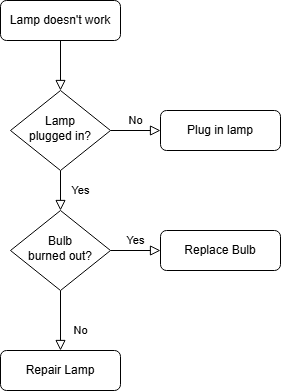
This is booth multiplication implementation.drawio.png from anamboijohn/Computer-Architecture, a draw.io export, as it was before one commit. Source tidied: cells renumbered, new cells last; positions are measured from the earlier drawing's top-left corner, leaving out a move shared by most shapes.
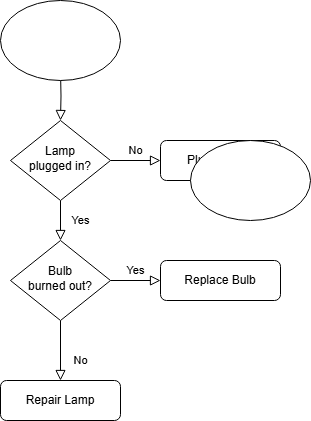
After the commit.

Change to the diagram source:
```diff
@@ -2,12 +2,11 @@
   <root>
     <mxCell id="0" />
     <mxCell id="1" parent="0" />
-    <mxCell id="2" style="rounded=0;html=1;jettySize=auto;fontSize=11;endArrow=block;endFill=0;endSize=8;strokeWidth=1;shadow=0;labelBackgroundColor=none;edgeStyle=orthogonalEdgeStyle;" parent="1" edge="1" source="3" target="6">
-      <mxGeometry relative="1" as="geometry" />
+    <mxCell id="2" style="rounded=0;html=1;jettySize=auto;fontSize=11;endArrow=block;endFill=0;endSize=8;strokeWidth=1;shadow=0;labelBackgroundColor=none;edgeStyle=orthogonalEdgeStyle;" parent="1" edge="1" target="6">
+      <mxGeometry relative="1" as="geometry">
+        <mxPoint x="60" y="40" as="sourcePoint" />
+      </mxGeometry>
     </mxCell>
-    <mxCell id="3" value="Lamp doesn't work" style="rounded=1;whiteSpace=wrap;html=1;fontSize=12;glass=0;strokeWidth=1;shadow=0;" parent="1" vertex="1">
-      <mxGeometry width="120" height="40" as="geometry" />
-    </mxCell>
     <mxCell id="4" value="Yes" style="rounded=0;html=1;jettySize=auto;fontSize=11;endArrow=block;endFill=0;endSize=8;strokeWidth=1;shadow=0;labelBackgroundColor=none;edgeStyle=orthogonalEdgeStyle;" parent="1" edge="1" source="6" target="10">
       <mxGeometry y="20" relative="1" as="geometry" />
     </mxCell>
@@ -35,5 +34,11 @@
     <mxCell id="12" value="Replace Bulb" style="rounded=1;whiteSpace=wrap;html=1;fontSize=12;glass=0;strokeWidth=1;shadow=0;" parent="1" vertex="1">
       <mxGeometry x="160" y="230" width="120" height="40" as="geometry" />
     </mxCell>
+    <mxCell id="13" style="ellipse;whiteSpace=wrap;html=1;" parent="1" vertex="1">
+      <mxGeometry x="190" y="110" width="120" height="80" as="geometry" />
+    </mxCell>
+    <mxCell id="14" style="ellipse;whiteSpace=wrap;html=1;" parent="1" vertex="1">
+      <mxGeometry y="-30" width="120" height="80" as="geometry" />
+    </mxCell>
   </root>
 </mxGraphModel>
```
